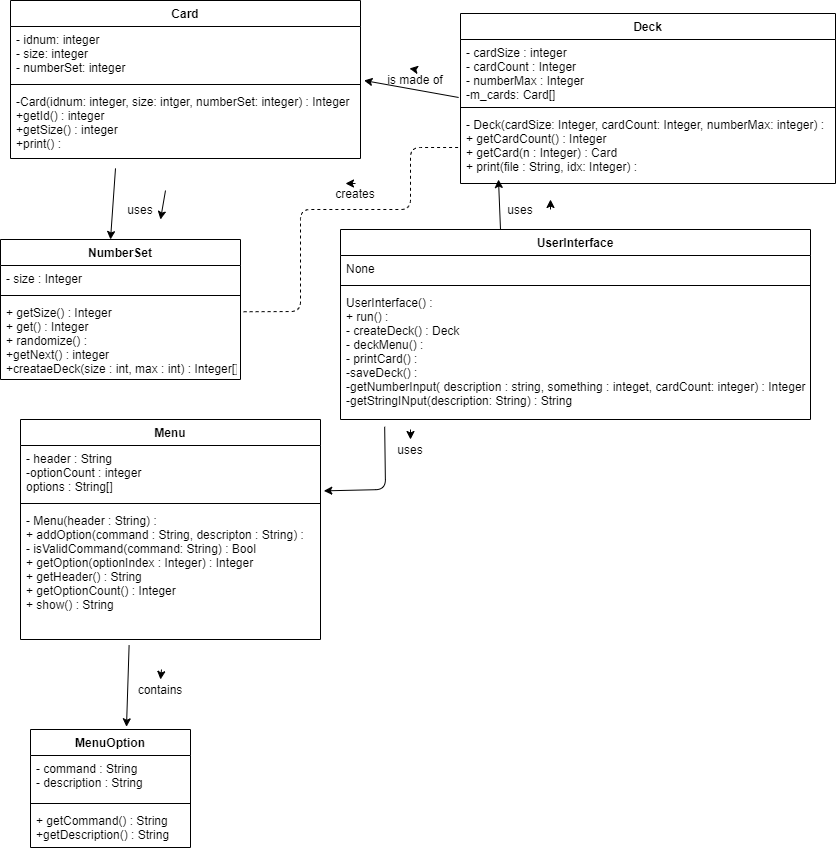
This is doc/UML_Class_Diagram.png from MarcarianS/cs1440-marcarian-shelby-assn3, a draw.io export, as it was before one commit. Source tidied: cells renumbered, new cells last; positions are measured from the earlier drawing's top-left corner, leaving out a move shared by most shapes.
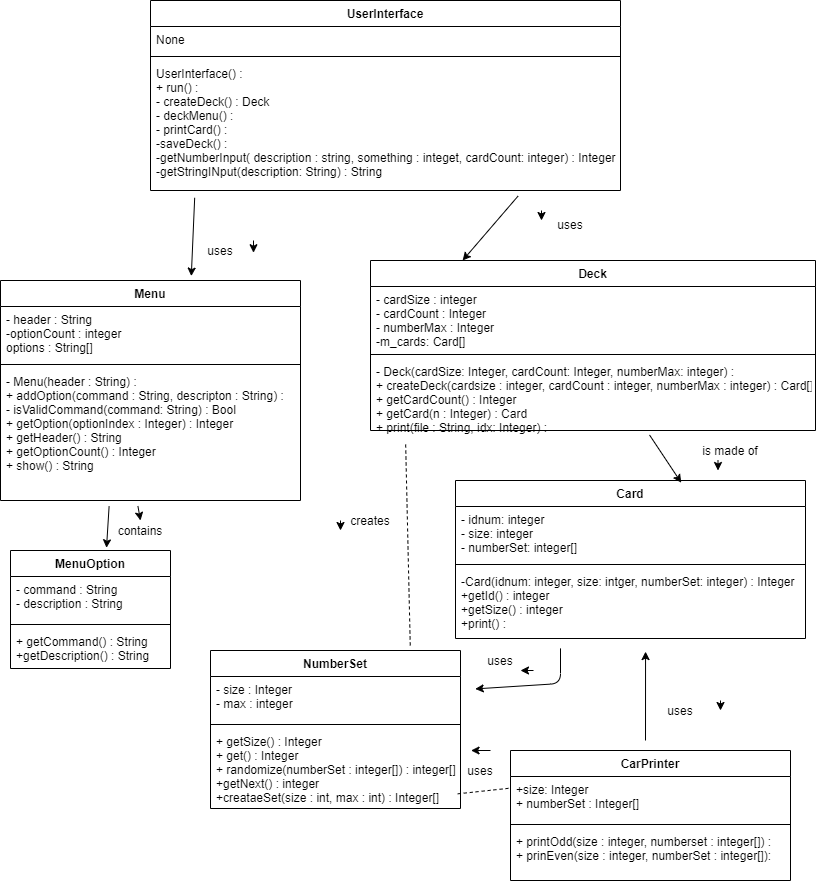
After the commit.

Commit message:
Fleshed out function stubs, updated UML

What changed in the source:
```diff
@@ -3,9 +3,9 @@
     <mxCell id="0" />
     <mxCell id="1" parent="0" />
     <mxCell id="2" value="Card" style="swimlane;fontStyle=1;align=center;verticalAlign=top;horizontal=1;startSize=26;" parent="1" vertex="1">
-      <mxGeometry x="10" width="350" height="158" as="geometry" />
+      <mxGeometry x="465" y="469" width="350" height="158" as="geometry" />
     </mxCell>
-    <mxCell id="3" value="- idnum: integer&#10;- size: integer&#10;- numberSet: integer" style="text;strokeColor=none;fillColor=none;align=left;verticalAlign=top;spacingLeft=4;spacingRight=4;overflow=hidden;points=[[0,0.5],[1,0.5]];portConstraint=eastwest;" parent="2" vertex="1">
+    <mxCell id="3" value="- idnum: integer&#10;- size: integer&#10;- numberSet: integer[]" style="text;strokeColor=none;fillColor=none;align=left;verticalAlign=top;spacingLeft=4;spacingRight=4;overflow=hidden;points=[[0,0.5],[1,0.5]];portConstraint=eastwest;" parent="2" vertex="1">
       <mxGeometry y="26" width="350" height="54" as="geometry" />
     </mxCell>
     <mxCell id="4" style="line;strokeWidth=1;fillColor=none;align=left;verticalAlign=middle;spacingTop=-1;spacingLeft=3;spacingRight=3;labelPosition=right;" parent="2" vertex="1">
@@ -14,25 +14,20 @@
     <mxCell id="5" value="-Card(idnum: integer, size: intger, numberSet: integer) : Integer&#10;+getId() : integer&#10;+getSize() : integer&#10;+print() : " style="text;strokeColor=none;fillColor=none;align=left;verticalAlign=top;spacingLeft=4;spacingRight=4;overflow=hidden;points=[[0,0.5],[1,0.5]];portConstraint=eastwest;" parent="2" vertex="1">
       <mxGeometry y="88" width="350" height="70" as="geometry" />
     </mxCell>
-    <mxCell id="6" style="endArrow=classic;html=1;entryX=1;entryY=1;entryDx=0;entryDy=0;" parent="2" edge="1" target="43">
-      <mxGeometry relative="1" as="geometry">
-        <mxPoint x="155" y="190" as="sourcePoint" />
-      </mxGeometry>
-    </mxCell>
     <mxCell id="7" value="NumberSet" style="swimlane;fontStyle=1;align=center;verticalAlign=top;horizontal=1;startSize=26;" parent="1" vertex="1">
-      <mxGeometry y="239" width="240" height="140" as="geometry" />
+      <mxGeometry x="220" y="639" width="250" height="158" as="geometry" />
     </mxCell>
-    <mxCell id="8" value="- size : Integer" style="text;strokeColor=none;fillColor=none;align=left;verticalAlign=top;spacingLeft=4;spacingRight=4;overflow=hidden;points=[[0,0.5],[1,0.5]];portConstraint=eastwest;" parent="7" vertex="1">
-      <mxGeometry y="26" width="240" height="26" as="geometry" />
+    <mxCell id="8" value="- size : Integer&#10;- max : integer" style="text;strokeColor=none;fillColor=none;align=left;verticalAlign=top;spacingLeft=4;spacingRight=4;overflow=hidden;points=[[0,0.5],[1,0.5]];portConstraint=eastwest;" parent="7" vertex="1">
+      <mxGeometry y="26" width="250" height="44" as="geometry" />
     </mxCell>
     <mxCell id="9" style="line;strokeWidth=1;fillColor=none;align=left;verticalAlign=middle;spacingTop=-1;spacingLeft=3;spacingRight=3;labelPosition=right;" parent="7" vertex="1">
-      <mxGeometry y="52" width="240" height="8" as="geometry" />
+      <mxGeometry y="70" width="250" height="8" as="geometry" />
     </mxCell>
-    <mxCell id="10" value="+ getSize() : Integer&#10;+ get() : Integer&#10;+ randomize() : &#10;+getNext() : integer&#10;+creataeDeck(size : int, max : int) : Integer[]" style="text;strokeColor=none;fillColor=none;align=left;verticalAlign=top;spacingLeft=4;spacingRight=4;overflow=hidden;points=[[0,0.5],[1,0.5]];portConstraint=eastwest;" parent="7" vertex="1">
-      <mxGeometry y="60" width="240" height="80" as="geometry" />
+    <mxCell id="10" value="+ getSize() : Integer&#10;+ get() : Integer&#10;+ randomize(numberSet : integer[]) : integer[] &#10;+getNext() : integer&#10;+creataeSet(size : int, max : int) : Integer[]" style="text;strokeColor=none;fillColor=none;align=left;verticalAlign=top;spacingLeft=4;spacingRight=4;overflow=hidden;points=[[0,0.5],[1,0.5]];portConstraint=eastwest;" parent="7" vertex="1">
+      <mxGeometry y="78" width="250" height="80" as="geometry" />
     </mxCell>
     <mxCell id="11" value="MenuOption" style="swimlane;fontStyle=1;align=center;verticalAlign=top;horizontal=1;startSize=26;" parent="1" vertex="1">
-      <mxGeometry x="30" y="729" width="160" height="118" as="geometry" />
+      <mxGeometry x="20" y="539" width="160" height="118" as="geometry" />
     </mxCell>
     <mxCell id="12" value="- command : String&#10;- description : String" style="text;strokeColor=none;fillColor=none;align=left;verticalAlign=top;spacingLeft=4;spacingRight=4;overflow=hidden;" parent="11" vertex="1">
       <mxGeometry y="26" width="160" height="44" as="geometry" />
@@ -44,7 +39,7 @@
       <mxGeometry y="78" width="160" height="40" as="geometry" />
     </mxCell>
     <mxCell id="15" value="Menu" style="swimlane;fontStyle=1;align=center;verticalAlign=top;horizontal=1;startSize=26;" parent="1" vertex="1">
-      <mxGeometry x="20" y="419" width="300" height="220" as="geometry" />
+      <mxGeometry x="10" y="269" width="300" height="220" as="geometry" />
     </mxCell>
     <mxCell id="16" value="- header : String&#10;-optionCount : integer&#10;options : String[]" style="text;strokeColor=none;fillColor=none;align=left;verticalAlign=top;spacingLeft=4;spacingRight=4;overflow=hidden;points=[[0,0.5],[1,0.5]];portConstraint=eastwest;" parent="15" vertex="1">
       <mxGeometry y="26" width="300" height="54" as="geometry" />
@@ -56,25 +51,25 @@
       <mxGeometry y="88" width="300" height="132" as="geometry" />
     </mxCell>
     <mxCell id="19" value="Deck" style="swimlane;fontStyle=1;align=center;verticalAlign=top;horizontal=1;startSize=26;" parent="1" vertex="1">
-      <mxGeometry x="460" y="13" width="375" height="170" as="geometry" />
+      <mxGeometry x="380" y="249" width="445" height="170" as="geometry" />
     </mxCell>
     <mxCell id="20" style="endArrow=classic;html=1;" parent="19" edge="1">
       <mxGeometry relative="1" as="geometry">
-        <mxPoint x="-45" y="56" as="sourcePoint" />
-        <mxPoint x="-51" y="55" as="targetPoint" />
+        <mxPoint x="347.5" y="200" as="sourcePoint" />
+        <mxPoint x="347.5" y="210" as="targetPoint" />
       </mxGeometry>
     </mxCell>
     <mxCell id="21" value="- cardSize : integer&#10;- cardCount : Integer&#10;- numberMax : Integer&#10;-m_cards: Card[]" style="text;strokeColor=none;fillColor=none;align=left;verticalAlign=top;spacingLeft=4;spacingRight=4;overflow=hidden;points=[[0,0.5],[1,0.5]];portConstraint=eastwest;" parent="19" vertex="1">
-      <mxGeometry y="26" width="375" height="64" as="geometry" />
+      <mxGeometry y="26" width="445" height="64" as="geometry" />
     </mxCell>
     <mxCell id="22" style="line;strokeWidth=1;fillColor=none;align=left;verticalAlign=middle;spacingTop=-1;spacingLeft=3;spacingRight=3;labelPosition=right;" parent="19" vertex="1">
-      <mxGeometry y="90" width="375" height="8" as="geometry" />
+      <mxGeometry y="90" width="445" height="8" as="geometry" />
     </mxCell>
-    <mxCell id="23" value="- Deck(cardSize: Integer, cardCount: Integer, numberMax: integer) : &#10;+ getCardCount() : Integer&#10;+ getCard(n : Integer) : Card&#10;+ print(file : String, idx: Integer) :  " style="text;strokeColor=none;fillColor=none;align=left;verticalAlign=top;spacingLeft=4;spacingRight=4;overflow=hidden;points=[[0,0.5],[1,0.5]];portConstraint=eastwest;" parent="19" vertex="1">
-      <mxGeometry y="98" width="375" height="72" as="geometry" />
+    <mxCell id="23" value="- Deck(cardSize: Integer, cardCount: Integer, numberMax: integer) : &#10;+ createDeck(cardsize : integer, cardCount : integer, numberMax : integer) : Card[]&#10;+ getCardCount() : Integer&#10;+ getCard(n : Integer) : Card&#10;+ print(file : String, idx: Integer) :  " style="text;strokeColor=none;fillColor=none;align=left;verticalAlign=top;spacingLeft=4;spacingRight=4;overflow=hidden;points=[[0,0.5],[1,0.5]];portConstraint=eastwest;" parent="19" vertex="1">
+      <mxGeometry y="98" width="445" height="72" as="geometry" />
     </mxCell>
     <mxCell id="24" value="UserInterface" style="swimlane;fontStyle=1;align=center;verticalAlign=top;horizontal=1;startSize=26;" parent="1" vertex="1">
-      <mxGeometry x="340" y="229" width="470" height="190" as="geometry" />
+      <mxGeometry x="160" y="-11" width="470" height="190" as="geometry" />
     </mxCell>
     <mxCell id="25" value="None" style="text;strokeColor=none;fillColor=none;align=left;verticalAlign=top;spacingLeft=4;spacingRight=4;overflow=hidden;" parent="24" vertex="1">
       <mxGeometry y="26" width="470" height="26" as="geometry" />
@@ -85,77 +80,105 @@
     <mxCell id="27" value="UserInterface() :&#10;+ run() : &#10;- createDeck() : Deck&#10;- deckMenu() : &#10;- printCard() : &#10;-saveDeck() :&#10;-getNumberInput( description : string, something : integet, cardCount: integer) : Integer&#10;-getStringINput(description: String) : String" style="text;strokeColor=none;fillColor=none;align=left;verticalAlign=top;spacingLeft=4;spacingRight=4;overflow=hidden;points=[[0,0.5],[1,0.5]];portConstraint=eastwest;" parent="24" vertex="1">
       <mxGeometry y="60" width="470" height="130" as="geometry" />
     </mxCell>
-    <mxCell id="28" style="endArrow=classic;html=1;entryX=1.01;entryY=1;entryDx=0;entryDy=0;entryPerimeter=0;exitX=-0.005;exitY=0.906;exitDx=0;exitDy=0;exitPerimeter=0;" parent="1" edge="1" source="21" target="3">
+    <mxCell id="28" style="endArrow=classic;html=1;entryX=0.645;entryY=0.014;entryDx=0;entryDy=0;entryPerimeter=0;exitX=0.627;exitY=1.062;exitDx=0;exitDy=0;exitPerimeter=0;" parent="1" edge="1" source="23" target="2">
       <mxGeometry relative="1" as="geometry" />
     </mxCell>
     <mxCell id="29" value="is made of" style="text;html=1;strokeColor=none;fillColor=none;align=center;verticalAlign=middle;whiteSpace=wrap;rounded=0;" parent="1" vertex="1">
-      <mxGeometry x="375" y="69" width="80" height="20" as="geometry" />
+      <mxGeometry x="700" y="429" width="80" height="20" as="geometry" />
     </mxCell>
-    <mxCell id="30" style="endArrow=classic;html=1;" parent="1" edge="1">
-      <mxGeometry relative="1" as="geometry">
-        <mxPoint x="500" y="229" as="sourcePoint" />
-        <mxPoint x="498" y="179" as="targetPoint" />
-      </mxGeometry>
+    <mxCell id="30" style="endArrow=classic;html=1;entryX=0.207;entryY=0;entryDx=0;entryDy=0;entryPerimeter=0;exitX=0.782;exitY=1.043;exitDx=0;exitDy=0;exitPerimeter=0;" parent="1" edge="1" source="27" target="19">
+      <mxGeometry relative="1" as="geometry" />
     </mxCell>
-    <mxCell id="31" style="endArrow=classic;html=1;entryX=0.5;entryY=0;entryDx=0;entryDy=0;" parent="1" edge="1" target="38">
-      <mxGeometry relative="1" as="geometry">
-        <mxPoint x="161" y="669" as="sourcePoint" />
-      </mxGeometry>
+    <mxCell id="31" style="endArrow=classic;html=1;entryX=0.5;entryY=0;entryDx=0;entryDy=0;exitX=0.458;exitY=1.042;exitDx=0;exitDy=0;exitPerimeter=0;" parent="1" edge="1" source="18" target="38">
+      <mxGeometry relative="1" as="geometry" />
     </mxCell>
-    <mxCell id="32" style="endArrow=classic;html=1;entryX=1.011;entryY=0.84;entryDx=0;entryDy=0;entryPerimeter=0;exitX=0.094;exitY=1.056;exitDx=0;exitDy=0;exitPerimeter=0;" parent="1" edge="1" source="27" target="16">
-      <mxGeometry relative="1" as="geometry">
-        <Array as="points">
-          <mxPoint x="385" y="489" />
-        </Array>
-      </mxGeometry>
+    <mxCell id="32" style="endArrow=classic;html=1;entryX=0.636;entryY=-0.02;entryDx=0;entryDy=0;entryPerimeter=0;exitX=0.094;exitY=1.056;exitDx=0;exitDy=0;exitPerimeter=0;" parent="1" edge="1" source="27" target="15">
+      <mxGeometry relative="1" as="geometry" />
     </mxCell>
     <mxCell id="33" value="uses" style="text;html=1;strokeColor=none;fillColor=none;align=center;verticalAlign=middle;whiteSpace=wrap;rounded=0;" parent="1" vertex="1">
-      <mxGeometry x="500" y="199" width="40" height="20" as="geometry" />
+      <mxGeometry x="560" y="203" width="40" height="20" as="geometry" />
     </mxCell>
     <mxCell id="34" value="uses" style="text;html=1;strokeColor=none;fillColor=none;align=center;verticalAlign=middle;whiteSpace=wrap;rounded=0;" parent="1" vertex="1">
-      <mxGeometry x="390" y="439" width="40" height="20" as="geometry" />
+      <mxGeometry x="210" y="229" width="40" height="20" as="geometry" />
     </mxCell>
-    <mxCell id="35" style="endArrow=none;dashed=1;html=1;entryX=0;entryY=0.5;entryDx=0;entryDy=0;exitX=1.013;exitY=0.153;exitDx=0;exitDy=0;exitPerimeter=0;" parent="1" edge="1" source="10" target="23">
-      <mxGeometry relative="1" as="geometry">
-        <Array as="points">
-          <mxPoint x="300" y="311" />
-          <mxPoint x="300" y="209" />
-          <mxPoint x="410" y="209" />
-          <mxPoint x="410" y="147" />
-        </Array>
-      </mxGeometry>
+    <mxCell id="35" style="endArrow=none;dashed=1;html=1;entryX=0.079;entryY=1.185;entryDx=0;entryDy=0;exitX=0.799;exitY=-0.032;exitDx=0;exitDy=0;exitPerimeter=0;entryPerimeter=0;" parent="1" edge="1" source="7" target="23">
+      <mxGeometry relative="1" as="geometry" />
     </mxCell>
-    <mxCell id="36" value="creates" style="text;html=1;strokeColor=none;fillColor=none;align=center;verticalAlign=middle;whiteSpace=wrap;rounded=0;" parent="1" vertex="1">
-      <mxGeometry x="335" y="183" width="40" height="20" as="geometry" />
-    </mxCell>
-    <mxCell id="37" style="endArrow=classic;html=1;" parent="1" edge="1">
+    <mxCell id="37" style="endArrow=classic;html=1;entryX=1.325;entryY=0.611;entryDx=0;entryDy=0;entryPerimeter=0;" parent="1" edge="1" target="34">
       <mxGeometry relative="1" as="geometry">
-        <mxPoint x="410" y="429" as="sourcePoint" />
-        <mxPoint x="410" y="439" as="targetPoint" />
+        <mxPoint x="263" y="229" as="sourcePoint" />
       </mxGeometry>
     </mxCell>
     <mxCell id="38" value="contains" style="text;html=1;strokeColor=none;fillColor=none;align=center;verticalAlign=middle;whiteSpace=wrap;rounded=0;" parent="1" vertex="1">
-      <mxGeometry x="140" y="679" width="40" height="20" as="geometry" />
+      <mxGeometry x="130" y="509" width="40" height="20" as="geometry" />
     </mxCell>
-    <mxCell id="39" style="endArrow=classic;html=1;entryX=0.25;entryY=0;entryDx=0;entryDy=0;exitX=0.5;exitY=0;exitDx=0;exitDy=0;" parent="1" edge="1" source="36" target="36">
-      <mxGeometry relative="1" as="geometry" />
+    <mxCell id="39" style="endArrow=classic;html=1;entryX=0.25;entryY=0;entryDx=0;entryDy=0;exitX=0.5;exitY=0;exitDx=0;exitDy=0;" parent="1" edge="1">
+      <mxGeometry relative="1" as="geometry">
+        <mxPoint x="350" y="509" as="sourcePoint" />
+        <mxPoint x="350" y="519" as="targetPoint" />
+      </mxGeometry>
     </mxCell>
     <mxCell id="40" style="endArrow=classic;html=1;" parent="1" edge="1">
       <mxGeometry relative="1" as="geometry">
-        <mxPoint x="550" y="209" as="sourcePoint" />
-        <mxPoint x="550" y="199" as="targetPoint" />
+        <mxPoint x="551" y="199" as="sourcePoint" />
+        <mxPoint x="551" y="209" as="targetPoint" />
       </mxGeometry>
     </mxCell>
     <mxCell id="41" style="endArrow=classic;html=1;entryX=0.6;entryY=-0.023;entryDx=0;entryDy=0;entryPerimeter=0;exitX=0.362;exitY=1.045;exitDx=0;exitDy=0;exitPerimeter=0;" parent="1" edge="1" source="18" target="11">
       <mxGeometry relative="1" as="geometry" />
     </mxCell>
-    <mxCell id="42" style="endArrow=classic;html=1;exitX=0.3;exitY=1.141;exitDx=0;exitDy=0;exitPerimeter=0;" parent="1" edge="1" source="5">
+    <mxCell id="42" style="endArrow=classic;html=1;exitX=0.3;exitY=1.141;exitDx=0;exitDy=0;exitPerimeter=0;entryX=1.059;entryY=0.282;entryDx=0;entryDy=0;entryPerimeter=0;" parent="1" edge="1" source="5" target="8">
       <mxGeometry relative="1" as="geometry">
-        <mxPoint x="110" y="239" as="targetPoint" />
+        <Array as="points">
+          <mxPoint x="570" y="672" />
+        </Array>
       </mxGeometry>
     </mxCell>
     <mxCell id="43" value="uses" style="text;html=1;strokeColor=none;fillColor=none;align=center;verticalAlign=middle;whiteSpace=wrap;rounded=0;" parent="1" vertex="1">
-      <mxGeometry x="120" y="199" width="40" height="20" as="geometry" />
+      <mxGeometry x="490" y="639" width="40" height="20" as="geometry" />
     </mxCell>
+    <mxCell id="6" style="endArrow=classic;html=1;entryX=1;entryY=1;entryDx=0;entryDy=0;exitX=1.325;exitY=1;exitDx=0;exitDy=0;exitPerimeter=0;" parent="1" edge="1" source="43" target="43">
+      <mxGeometry relative="1" as="geometry" />
+    </mxCell>
+    <mxCell id="44" value="CarPrinter" style="swimlane;fontStyle=1;align=center;verticalAlign=top;horizontal=1;startSize=26;" parent="1" vertex="1">
+      <mxGeometry x="520" y="739" width="280" height="130" as="geometry" />
+    </mxCell>
+    <mxCell id="45" value="+size: Integer&#10;+ numberSet : Integer[]" style="text;strokeColor=none;fillColor=none;align=left;verticalAlign=top;spacingLeft=4;spacingRight=4;overflow=hidden;points=[[0,0.5],[1,0.5]];portConstraint=eastwest;" parent="44" vertex="1">
+      <mxGeometry y="26" width="280" height="44" as="geometry" />
+    </mxCell>
+    <mxCell id="46" style="line;strokeWidth=1;fillColor=none;align=left;verticalAlign=middle;spacingTop=-1;spacingLeft=3;spacingRight=3;labelPosition=right;" parent="44" vertex="1">
+      <mxGeometry y="70" width="280" height="8" as="geometry" />
+    </mxCell>
+    <mxCell id="47" value="+ printOdd(size : integer, numberset : integer[]) : &#10;+ prinEven(size : integer, numberSet : integer[]): " style="text;strokeColor=none;fillColor=none;align=left;verticalAlign=top;spacingLeft=4;spacingRight=4;overflow=hidden;" parent="44" vertex="1">
+      <mxGeometry y="78" width="280" height="52" as="geometry" />
+    </mxCell>
+    <mxCell id="48" style="endArrow=none;dashed=1;html=1;entryX=-0.006;entryY=0.268;entryDx=0;entryDy=0;entryPerimeter=0;exitX=-0.069;exitY=1.667;exitDx=0;exitDy=0;exitPerimeter=0;" parent="1" edge="1" source="49" target="45">
+      <mxGeometry relative="1" as="geometry" />
+    </mxCell>
+    <mxCell id="49" value="uses" style="text;html=1;strokeColor=none;fillColor=none;align=center;verticalAlign=middle;whiteSpace=wrap;rounded=0;" parent="1" vertex="1">
+      <mxGeometry x="470" y="749" width="40" height="20" as="geometry" />
+    </mxCell>
+    <mxCell id="50" style="endArrow=classic;html=1;entryX=0.264;entryY=-0.5;entryDx=0;entryDy=0;entryPerimeter=0;" parent="1" edge="1" target="49">
+      <mxGeometry relative="1" as="geometry">
+        <mxPoint x="500" y="739" as="sourcePoint" />
+      </mxGeometry>
+    </mxCell>
+    <mxCell id="51" style="endArrow=classic;html=1;entryX=0.543;entryY=1.187;entryDx=0;entryDy=0;entryPerimeter=0;" parent="1" edge="1" target="5">
+      <mxGeometry relative="1" as="geometry">
+        <mxPoint x="655" y="729" as="sourcePoint" />
+      </mxGeometry>
+    </mxCell>
+    <mxCell id="52" value="uses" style="text;html=1;strokeColor=none;fillColor=none;align=center;verticalAlign=middle;whiteSpace=wrap;rounded=0;" parent="1" vertex="1">
+      <mxGeometry x="670" y="689" width="40" height="20" as="geometry" />
+    </mxCell>
+    <mxCell id="53" style="endArrow=classic;html=1;" parent="1" edge="1">
+      <mxGeometry relative="1" as="geometry">
+        <mxPoint x="730" y="689" as="sourcePoint" />
+        <mxPoint x="730" y="699" as="targetPoint" />
+      </mxGeometry>
+    </mxCell>
+    <mxCell id="36" value="creates" style="text;html=1;strokeColor=none;fillColor=none;align=center;verticalAlign=middle;whiteSpace=wrap;rounded=0;" parent="1" vertex="1">
+      <mxGeometry x="360" y="499" width="40" height="20" as="geometry" />
+    </mxCell>
   </root>
 </mxGraphModel>
```
